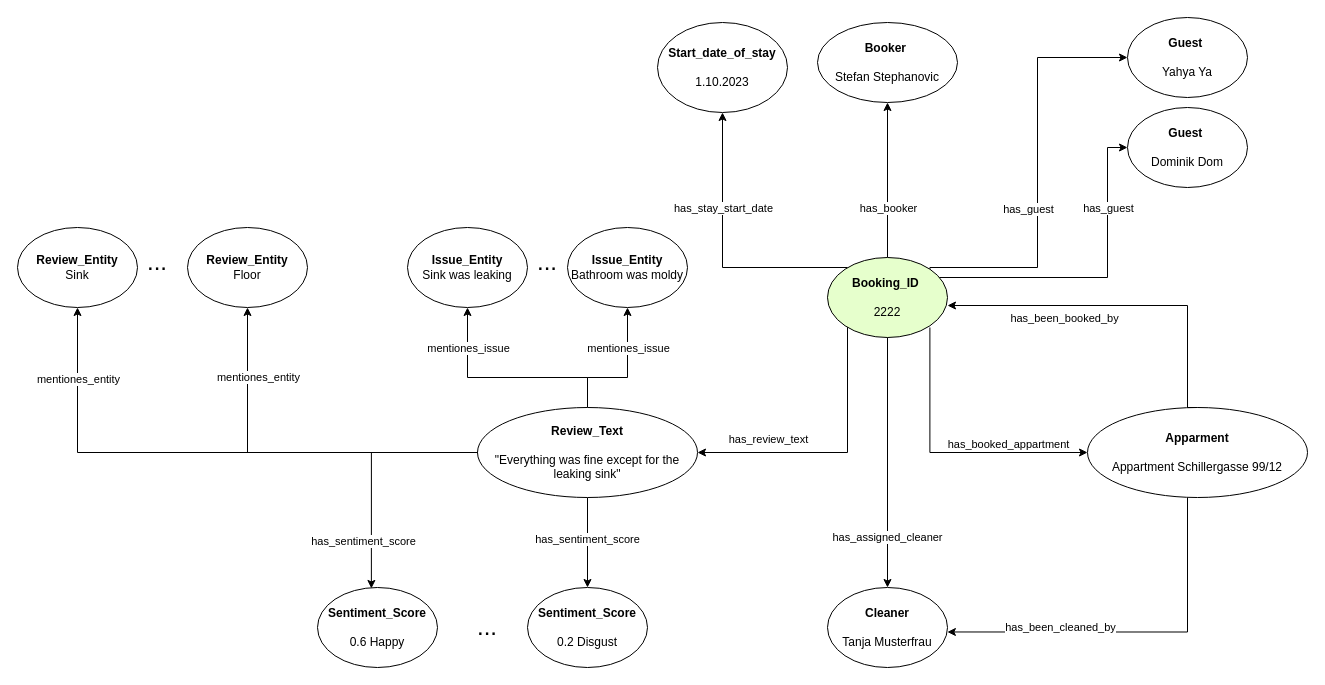
Earlier version of the draw.io diagram page "Page-1" (1 of 2) of drawings/ER_Booking.drawio (dominik-pichler/Review_me_if_you_can). Source tidied: cells renumbered, new cells numbered last; positions are measured from the earlier drawing's top-left corner, leaving out a move shared by most shapes. Both pictures are drawn from the tidied source at 100%, with x=0, y=0 at pixel (17, 17).
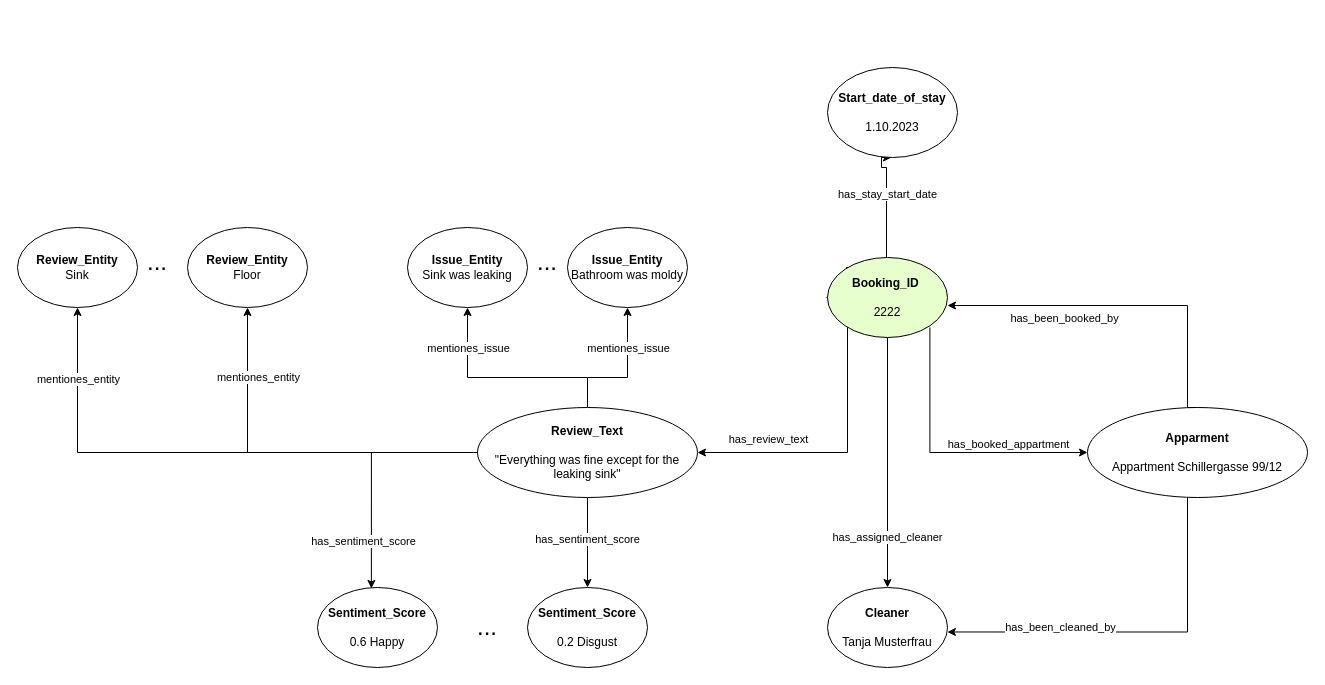
After the change.

Unchanged cells that the change refers to:
```xml
<mxCell id="32" value="&lt;b&gt;Booking_ID&lt;/b&gt;&amp;nbsp;&lt;div&gt;&lt;br&gt;&lt;/div&gt;&lt;div&gt;2222&lt;/div&gt;" style="ellipse;whiteSpace=wrap;html=1;fillColor=#E6FFCC;" parent="1" vertex="1">
  <mxGeometry x="810" y="240" width="120" height="80" as="geometry" />
</mxCell>
```

Diff of the diagram source:
```diff
@@
-    <mxCell id="2" style="edgeStyle=orthogonalEdgeStyle;rounded=0;jettySize=auto;html=1;exitX=1;exitY=0.5;exitDx=0;exitDy=0;" parent="1" edge="1" target="11">
-      <mxGeometry relative="1" as="geometry">
-        <mxPoint x="880" y="280" as="sourcePoint" />
-        <Array as="points">
-          <mxPoint x="880" y="260" />
-          <mxPoint x="1090" y="260" />
-          <mxPoint x="1090" y="130" />
-        </Array>
-      </mxGeometry>
-    </mxCell>
-    <mxCell id="3" value="has_guest" style="edgeLabel;html=1;align=center;verticalAlign=middle;" parent="2" vertex="1">
-      <mxGeometry x="0.19" y="2" relative="1" as="geometry">
-        <mxPoint x="4" y="-68" as="offset" />
-      </mxGeometry>
-    </mxCell>
-    <mxCell id="4" style="edgeStyle=orthogonalEdgeStyle;rounded=0;jettySize=auto;html=1;exitX=1;exitY=0;exitDx=0;exitDy=0;entryX=0;entryY=0.5;entryDx=0;entryDy=0;" parent="1" edge="1" source="32" target="14">
-      <mxGeometry relative="1" as="geometry">
-        <Array as="points">
-          <mxPoint x="912" y="250" />
-          <mxPoint x="1020" y="250" />
-          <mxPoint x="1020" y="40" />
-        </Array>
-      </mxGeometry>
-    </mxCell>
-    <mxCell id="5" value="has_guest" style="edgeLabel;html=1;align=center;verticalAlign=middle;" parent="4" vertex="1">
-      <mxGeometry x="0.24" y="2" relative="1" as="geometry">
-        <mxPoint x="-8" y="86" as="offset" />
-      </mxGeometry>
-    </mxCell>
@@
-    <mxCell id="8" style="edgeStyle=orthogonalEdgeStyle;rounded=0;jettySize=auto;html=1;" parent="1" edge="1" source="32" target="10">
-      <mxGeometry relative="1" as="geometry" />
-    </mxCell>
-    <mxCell id="9" value="has_booker" style="edgeLabel;html=1;align=center;verticalAlign=middle;" parent="8" vertex="1">
-      <mxGeometry y="1" relative="1" as="geometry">
-        <mxPoint x="1" y="28" as="offset" />
-      </mxGeometry>
-    </mxCell>
-    <mxCell id="10" value="&lt;b&gt;Booker&amp;nbsp;&lt;/b&gt;&lt;div&gt;&lt;br&gt;&lt;/div&gt;&lt;div&gt;Stefan Stephanovic&lt;/div&gt;" style="ellipse;whiteSpace=wrap;html=1;" parent="1" vertex="1">
-      <mxGeometry x="800" y="5" width="140" height="80" as="geometry" />
-    </mxCell>
-    <mxCell id="11" value="&lt;b&gt;Guest&lt;/b&gt;&amp;nbsp;&lt;div&gt;&lt;br&gt;&lt;/div&gt;&lt;div&gt;Dominik Dom&lt;/div&gt;" style="ellipse;whiteSpace=wrap;html=1;" parent="1" vertex="1">
-      <mxGeometry x="1110" y="90" width="120" height="80" as="geometry" />
-    </mxCell>
-    <mxCell id="12" style="edgeStyle=orthogonalEdgeStyle;rounded=0;jettySize=auto;html=1;exitX=0;exitY=0.5;exitDx=0;exitDy=0;entryX=0.5;entryY=1;entryDx=0;entryDy=0;" parent="1" edge="1" source="32" target="15">
+    <mxCell id="12" style="edgeStyle=orthogonalEdgeStyle;rounded=0;orthogonalLoop=1;jettySize=auto;html=1;exitX=0;exitY=0.5;exitDx=0;exitDy=0;entryX=0.5;entryY=1;entryDx=0;entryDy=0;" parent="1" edge="1">
       <mxGeometry relative="1" as="geometry">
+        <mxPoint x="809" y="280" as="sourcePoint" />
+        <mxPoint x="874" y="140" as="targetPoint" />
         <Array as="points">
-          <mxPoint x="830" y="280" />
-          <mxPoint x="830" y="250" />
-          <mxPoint x="705" y="250" />
+          <mxPoint x="829" y="280" />
+          <mxPoint x="829" y="250" />
+          <mxPoint x="869" y="250" />
+          <mxPoint x="869" y="150" />
+          <mxPoint x="864" y="150" />
+          <mxPoint x="864" y="140" />
         </Array>
       </mxGeometry>
     </mxCell>
@@
-    <mxCell id="14" value="&lt;b&gt;Guest&amp;nbsp;&lt;/b&gt;&lt;div&gt;&lt;br&gt;&lt;/div&gt;&lt;div&gt;Yahya Ya&lt;/div&gt;" style="ellipse;whiteSpace=wrap;html=1;" parent="1" vertex="1">
-      <mxGeometry x="1110" width="120" height="80" as="geometry" />
-    </mxCell>
     <mxCell id="15" value="&lt;b&gt;Start_date_of_stay&lt;/b&gt;&lt;div&gt;&lt;br&gt;&lt;/div&gt;&lt;div&gt;1.10.2023&lt;/div&gt;" style="ellipse;whiteSpace=wrap;html=1;" parent="1" vertex="1">
-      <mxGeometry x="640" y="5" width="130" height="90" as="geometry" />
+      <mxGeometry x="810" y="50" width="130" height="90" as="geometry" />
     </mxCell>
```
